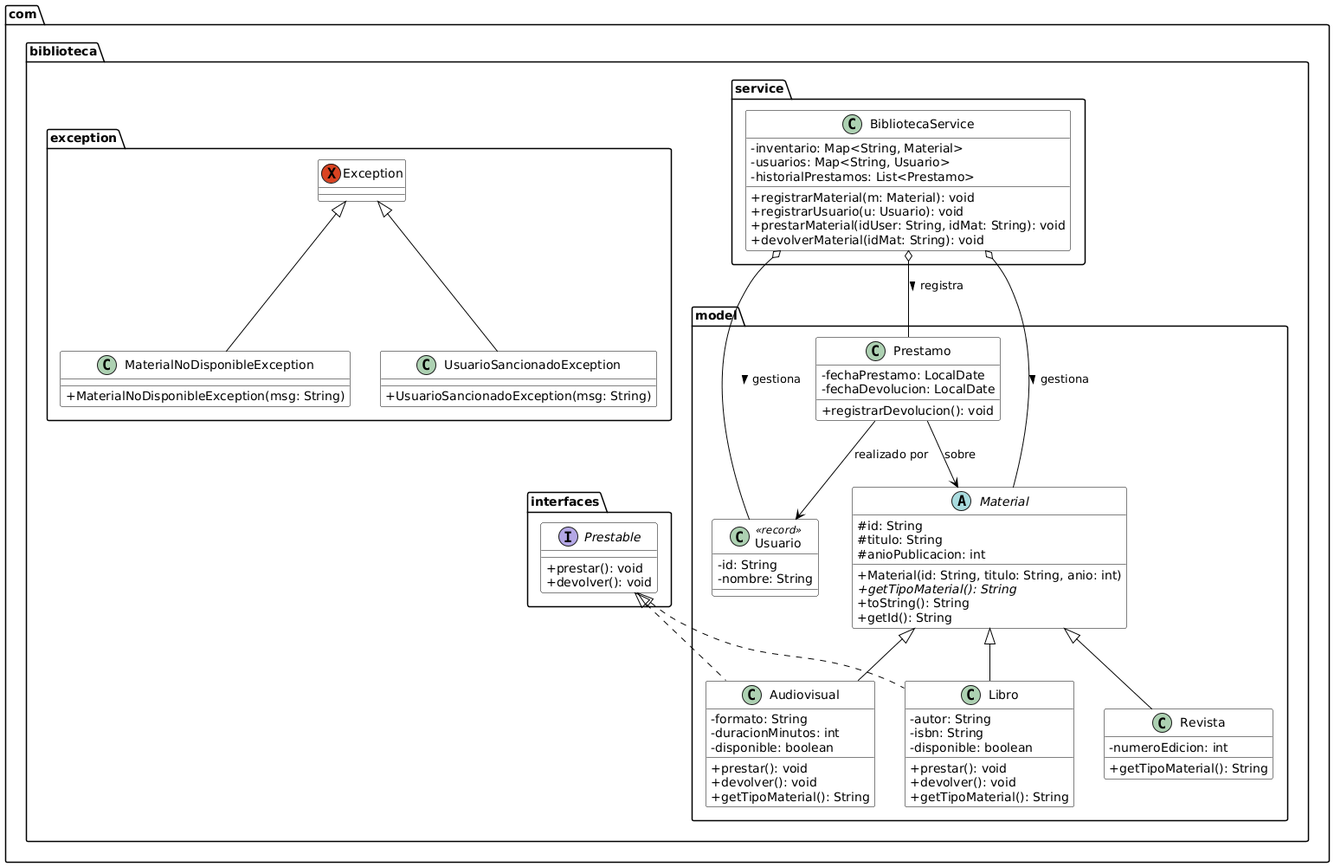
Above: Nivel_2/Sistema_Gestion_Biblioteca/img/BibliotecaService.png in StalkerData/ProyectoJava (PlantUML), before the change. Source of this version:
```plantuml
@startuml
skinparam classAttributeIconSize 0
skinparam class {
    BackgroundColor White
    ArrowColor Black
    BorderColor Black
}

package "com.biblioteca" {

    package "exception" {
        class MaterialNoDisponibleException {
            + MaterialNoDisponibleException(msg: String)
        }
        class UsuarioSancionadoException {
            + UsuarioSancionadoException(msg: String)
        }
        exception Exception
        Exception <|-- MaterialNoDisponibleException
        Exception <|-- UsuarioSancionadoException
    }

    package "interfaces" {
        interface Prestable {
            + prestar(): void
            + devolver(): void
        }
    }

    package "model" {
        abstract class Material {
            # id: String
            # titulo: String
            # anioPublicacion: int
            + Material(id: String, titulo: String, anio: int)
            + {abstract} getTipoMaterial(): String
            + toString(): String
            + getId(): String
        }

        class Libro {
            - autor: String
            - isbn: String
            - disponible: boolean
            + prestar(): void
            + devolver(): void
            + getTipoMaterial(): String
        }

        class Revista {
            - numeroEdicion: int
            + getTipoMaterial(): String
        }

        class Audiovisual {
            - formato: String
            - duracionMinutos: int
            - disponible: boolean
            + prestar(): void
            + devolver(): void
            + getTipoMaterial(): String
        }

        class Usuario <<record>> {
            - id: String
            - nombre: String
        }

        class Prestamo {
            - fechaPrestamo: LocalDate
            - fechaDevolucion: LocalDate
            + registrarDevolucion(): void
        }
    }

    package "service" {
        class BibliotecaService {
            - inventario: Map<String, Material>
            - usuarios: Map<String, Usuario>
            - historialPrestamos: List<Prestamo>
            + registrarMaterial(m: Material): void
            + registrarUsuario(u: Usuario): void
            + prestarMaterial(idUser: String, idMat: String): void
            + devolverMaterial(idMat: String): void
        }
    }


    Material <|-- Libro
    Material <|-- Revista
    Material <|-- Audiovisual

    Prestable <|.. Libro
    Prestable <|.. Audiovisual

    BibliotecaService o-- Material : gestiona >
    BibliotecaService o-- Usuario : gestiona >
    BibliotecaService o-- Prestamo : registra >

    Prestamo --> Usuario : realizado por
    Prestamo --> Material : sobre
}
@enduml
```
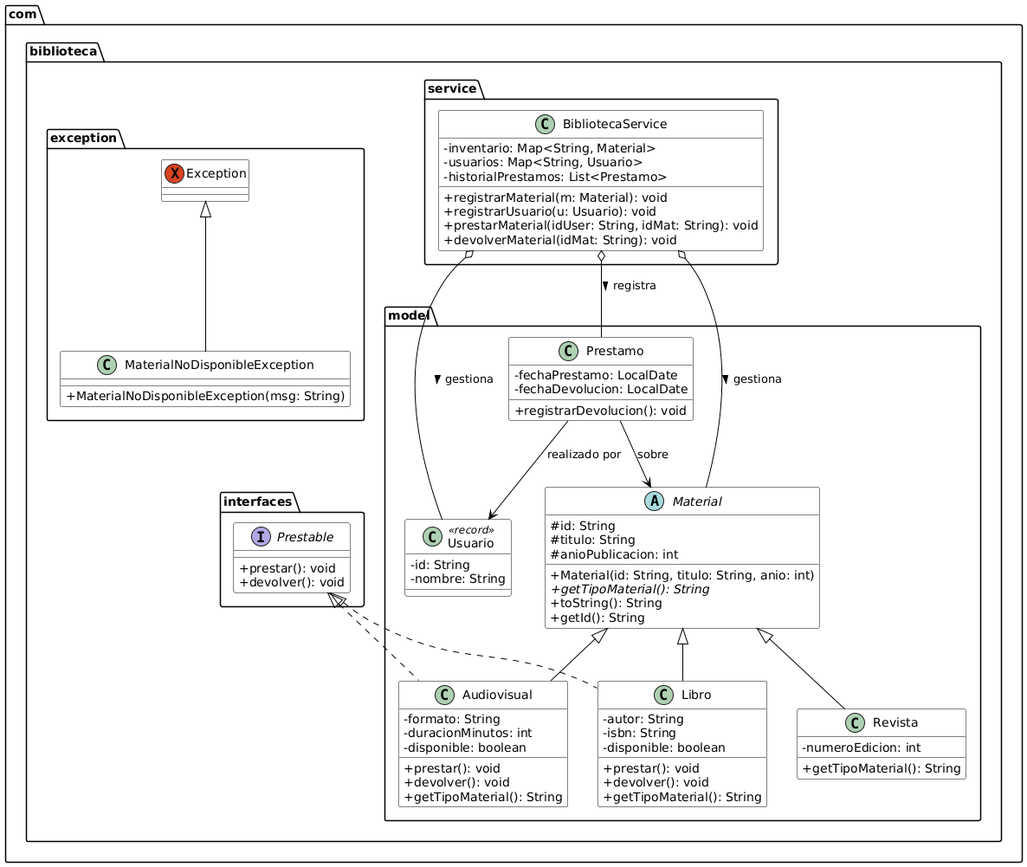
The same file after the commit.

Diff of the diagram source:
```diff
@@ -12,12 +12,8 @@
         class MaterialNoDisponibleException {
             + MaterialNoDisponibleException(msg: String)
         }
-        class UsuarioSancionadoException {
-            + UsuarioSancionadoException(msg: String)
-        }
         exception Exception
         Exception <|-- MaterialNoDisponibleException
-        Exception <|-- UsuarioSancionadoException
     }
 
     package "interfaces" {
```
